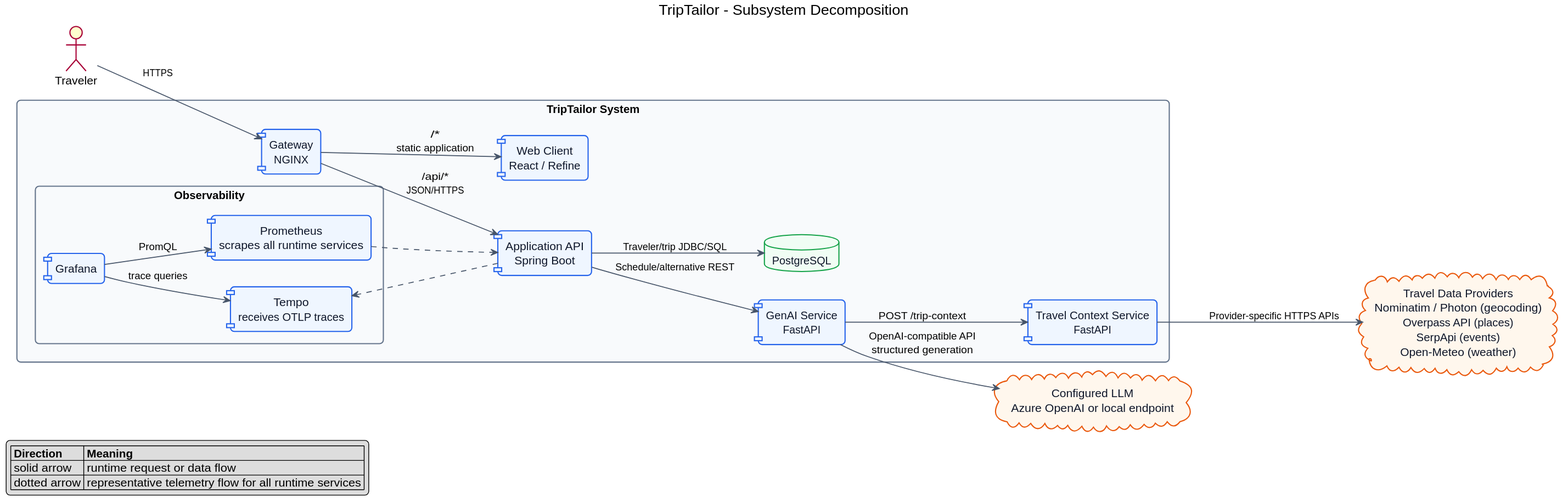
AET-DevOps26/team-continuous-vacation keeps this PlantUML diagram as diagrams/rendered/subsystem-decomposition.svg. Above is the earlier version.
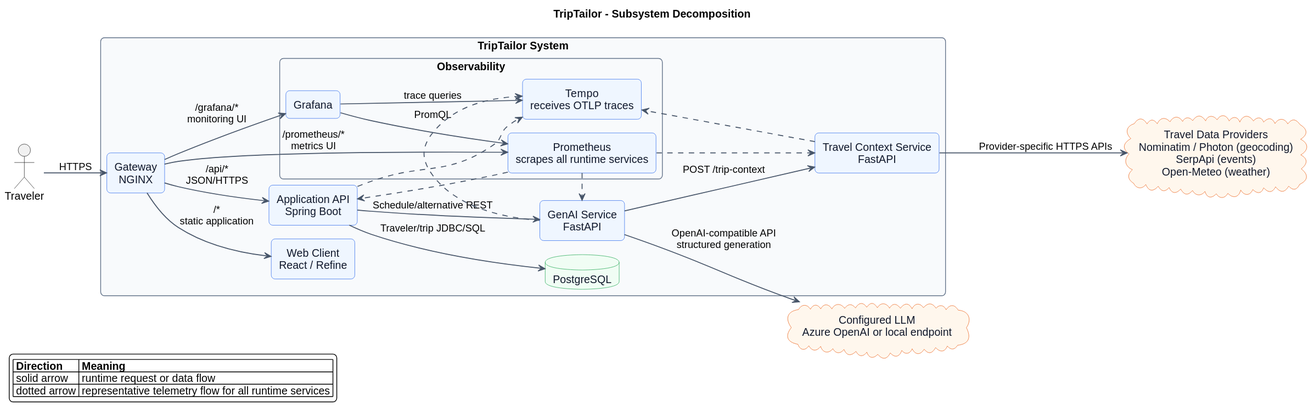
Above is the later version.

The edit, as a diff of the source:
```diff
@@ -1,4 +1,4 @@
-@startuml subsystem-decomposition
+@startuml
 !pragma layout smetana
 title TripTailor - Subsystem Decomposition
 
@@ -47,11 +47,13 @@
 }
 
 cloud "Configured LLM\nAzure OpenAI or local endpoint" as LLM
-cloud "Travel Data Providers\nNominatim / Photon (geocoding)\nOverpass API (places)\nSerpApi (events)\nOpen-Meteo (weather)" as Providers
+cloud "Travel Data Providers\nNominatim / Photon (geocoding)\nSerpApi (events)\nOpen-Meteo (weather)" as Providers
 
 Traveler --> Gateway : HTTPS
 Gateway --> Frontend : /*\nstatic application
 Gateway --> Backend : /api/*\nJSON/HTTPS
+Gateway --> Grafana : /grafana/*\nmonitoring UI
+Gateway --> Prometheus : /prometheus/*\nmetrics UI
 
 Backend --> GenAI : Schedule/alternative REST
 Backend --> Database : Traveler/trip JDBC/SQL
@@ -60,8 +62,12 @@
 Context --> Providers : Provider-specific HTTPS APIs
 
 Prometheus ..> Backend
+Prometheus ..> GenAI
+Prometheus ..> Context
 Grafana --> Prometheus : PromQL
 Backend ..> Tempo
+GenAI ..> Tempo
+Context ..> Tempo
 Grafana --> Tempo : trace queries
 
 legend left
@@ -69,5 +75,4 @@
   | solid arrow | runtime request or data flow |
   | dotted arrow | representative telemetry flow for all runtime services |
 endlegend
-
 @enduml
```
